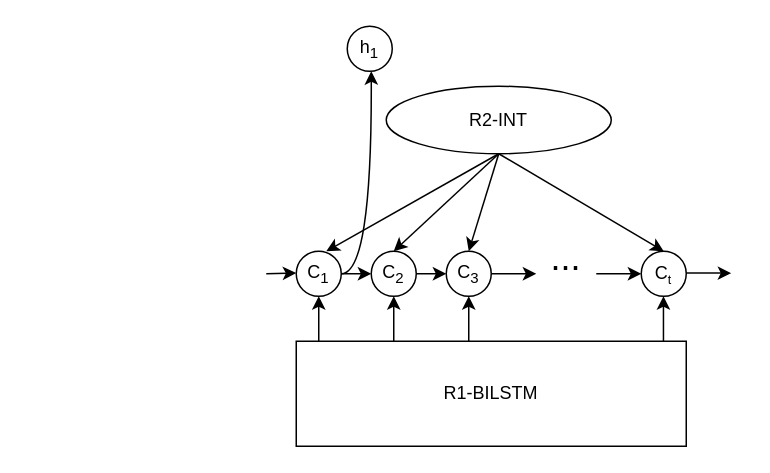
Before: Untitled Diagram.drawio in 759262631/Python, a draw.io diagram. Source tidied: cells renumbered, new cells numbered last; positions are measured from the earlier drawing's top-left corner, leaving out a move shared by most shapes. Both pictures are drawn from the tidied source at 150%, with x=0, y=0 at pixel (266, 26).
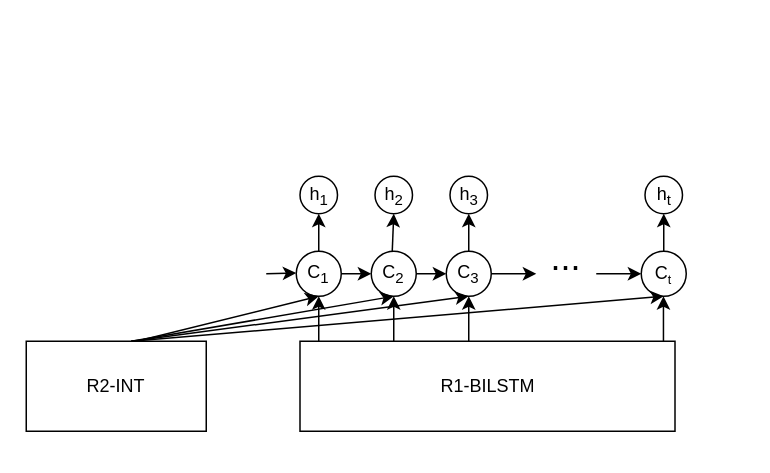
The same page after the edit.

The change refers to these unchanged cells:
```xml
<mxCell id="3" value="&lt;font&gt;C&lt;sub&gt;1&lt;/sub&gt;&lt;/font&gt;" style="ellipse;whiteSpace=wrap;html=1;" parent="1" vertex="1">
  <mxGeometry x="20" y="150" width="30" height="30" as="geometry" />
</mxCell>
<mxCell id="4" value="&lt;span&gt;C&lt;/span&gt;&lt;sub&gt;3&lt;/sub&gt;" style="ellipse;whiteSpace=wrap;html=1;" parent="1" vertex="1">
  <mxGeometry x="120" y="150" width="30" height="30" as="geometry" />
</mxCell>
<mxCell id="5" value="C&lt;span style=&quot;font-size: 10px&quot;&gt;&lt;sub&gt;t&lt;/sub&gt;&lt;/span&gt;" style="ellipse;whiteSpace=wrap;html=1;" parent="1" vertex="1">
  <mxGeometry x="250" y="150" width="30" height="30" as="geometry" />
</mxCell>
<mxCell id="7" value="&lt;span&gt;C&lt;/span&gt;&lt;sub&gt;2&lt;/sub&gt;" style="ellipse;whiteSpace=wrap;html=1;" parent="1" vertex="1">
  <mxGeometry x="70" y="150" width="30" height="30" as="geometry" />
</mxCell>
```

The edit, as a diff of the source:
```diff
@@
     <mxCell id="2" value="R1-BILSTM" style="rounded=0;whiteSpace=wrap;html=1;" parent="1" vertex="1">
-      <mxGeometry x="20" y="210" width="260" height="70" as="geometry" />
+      <mxGeometry x="22.5" y="210" width="250" height="60" as="geometry" />
     </mxCell>
@@
-    <mxCell id="6" value="R2-INT" style="ellipse;whiteSpace=wrap;html=1;" parent="1" vertex="1">
-      <mxGeometry x="80" y="40" width="150" height="45" as="geometry" />
-    </mxCell>
@@
-    <mxCell id="18" style="endArrow=classic;html=1;exitX=0.5;exitY=1;exitDx=0;exitDy=0;entryX=0.667;entryY=0;entryDx=0;entryDy=0;entryPerimeter=0;" parent="1" edge="1" source="6" target="3">
-      <mxGeometry relative="1" as="geometry" />
+    <mxCell id="18" style="endArrow=classic;html=1;exitX=0.527;exitY=0.011;exitDx=0;exitDy=0;exitPerimeter=0;" parent="1" edge="1">
+      <mxGeometry relative="1" as="geometry">
+        <mxPoint x="-87.8" y="210.4" as="sourcePoint" />
+        <mxPoint x="35" y="180" as="targetPoint" />
+      </mxGeometry>
     </mxCell>
-    <mxCell id="19" style="endArrow=classic;html=1;entryX=0.5;entryY=0;entryDx=0;entryDy=0;exitX=0.5;exitY=1;exitDx=0;exitDy=0;" parent="1" edge="1" source="6" target="7">
-      <mxGeometry relative="1" as="geometry" />
+    <mxCell id="19" style="endArrow=classic;html=1;entryX=0.5;entryY=1;entryDx=0;entryDy=0;exitX=0.5;exitY=0;exitDx=0;exitDy=0;" parent="1" edge="1" target="7">
+      <mxGeometry relative="1" as="geometry">
+        <mxPoint x="-90" y="210" as="sourcePoint" />
+      </mxGeometry>
     </mxCell>
-    <mxCell id="20" style="endArrow=classic;html=1;exitX=0.5;exitY=1;exitDx=0;exitDy=0;entryX=0.5;entryY=0;entryDx=0;entryDy=0;" parent="1" edge="1" source="6" target="4">
-      <mxGeometry relative="1" as="geometry" />
+    <mxCell id="20" style="endArrow=classic;html=1;exitX=0.5;exitY=0;exitDx=0;exitDy=0;entryX=0.5;entryY=1;entryDx=0;entryDy=0;" parent="1" edge="1" target="4">
+      <mxGeometry relative="1" as="geometry">
+        <mxPoint x="-90" y="210" as="sourcePoint" />
+      </mxGeometry>
     </mxCell>
-    <mxCell id="21" style="endArrow=classic;html=1;exitX=0.5;exitY=1;exitDx=0;exitDy=0;entryX=0.5;entryY=0;entryDx=0;entryDy=0;" parent="1" edge="1" source="6" target="5">
-      <mxGeometry relative="1" as="geometry" />
+    <mxCell id="21" style="endArrow=classic;html=1;exitX=0.5;exitY=0;exitDx=0;exitDy=0;" parent="1" edge="1">
+      <mxGeometry relative="1" as="geometry">
+        <mxPoint x="-90" y="210" as="sourcePoint" />
+        <mxPoint x="265" y="180" as="targetPoint" />
+      </mxGeometry>
     </mxCell>
-    <mxCell id="22" style="edgeStyle=none;rounded=0;orthogonalLoop=1;jettySize=auto;html=1;" parent="1" edge="1">
-      <mxGeometry relative="1" as="geometry">
-        <mxPoint x="280" y="164.5" as="sourcePoint" />
-        <mxPoint x="310" y="164.6" as="targetPoint" />
-      </mxGeometry>
+    <mxCell id="22" style="edgeStyle=none;rounded=0;jettySize=auto;html=1;exitX=0.5;exitY=0;exitDx=0;exitDy=0;entryX=0.5;entryY=1;entryDx=0;entryDy=0;" parent="1" edge="1" source="5" target="25">
+      <mxGeometry relative="1" as="geometry" />
     </mxCell>
-    <mxCell id="23" style="endArrow=classic;html=1;edgeStyle=orthogonalEdgeStyle;curved=1;exitX=1;exitY=0.5;exitDx=0;exitDy=0;" parent="1" edge="1" source="3">
-      <mxGeometry relative="1" as="geometry">
-        <mxPoint x="70" y="30" as="targetPoint" />
-      </mxGeometry>
-    </mxCell>
     <mxCell id="24" value="&lt;font&gt;h&lt;sub&gt;1&lt;/sub&gt;&lt;/font&gt;" style="ellipse;whiteSpace=wrap;html=1;" parent="1" vertex="1">
-      <mxGeometry x="54" width="30" height="30" as="geometry" />
+      <mxGeometry x="22.5" y="100" width="25" height="25" as="geometry" />
     </mxCell>
+    <mxCell id="25" value="&lt;font&gt;h&lt;sub&gt;t&lt;/sub&gt;&lt;/font&gt;" style="ellipse;whiteSpace=wrap;html=1;" parent="1" vertex="1">
+      <mxGeometry x="252.5" y="100" width="25" height="25" as="geometry" />
+    </mxCell>
+    <mxCell id="26" style="endArrow=classic;html=1;exitX=0.5;exitY=0;exitDx=0;exitDy=0;entryX=0.5;entryY=1;entryDx=0;entryDy=0;" parent="1" edge="1" source="3" target="24">
+      <mxGeometry relative="1" as="geometry" />
+    </mxCell>
+    <mxCell id="27" value="&lt;font&gt;h&lt;sub&gt;2&lt;/sub&gt;&lt;/font&gt;" style="ellipse;whiteSpace=wrap;html=1;" parent="1" vertex="1">
+      <mxGeometry x="72.5" y="100" width="25" height="25" as="geometry" />
+    </mxCell>
+    <mxCell id="28" style="endArrow=classic;html=1;exitX=0.5;exitY=0;exitDx=0;exitDy=0;entryX=0.5;entryY=1;entryDx=0;entryDy=0;" parent="1" edge="1" target="27">
+      <mxGeometry relative="1" as="geometry">
+        <mxPoint x="84" y="150" as="sourcePoint" />
+      </mxGeometry>
+    </mxCell>
+    <mxCell id="29" value="&lt;font&gt;h&lt;sub&gt;3&lt;/sub&gt;&lt;/font&gt;" style="ellipse;whiteSpace=wrap;html=1;" parent="1" vertex="1">
+      <mxGeometry x="122.5" y="100" width="25" height="25" as="geometry" />
+    </mxCell>
+    <mxCell id="30" style="endArrow=classic;html=1;exitX=0.5;exitY=0;exitDx=0;exitDy=0;entryX=0.5;entryY=1;entryDx=0;entryDy=0;" parent="1" edge="1" target="29">
+      <mxGeometry relative="1" as="geometry">
+        <mxPoint x="135" y="150" as="sourcePoint" />
+      </mxGeometry>
+    </mxCell>
+    <mxCell id="6" value="R2-INT" style="rounded=0;whiteSpace=wrap;html=1;" parent="1" vertex="1">
+      <mxGeometry x="-160" y="210" width="120" height="60" as="geometry" />
+    </mxCell>
```
